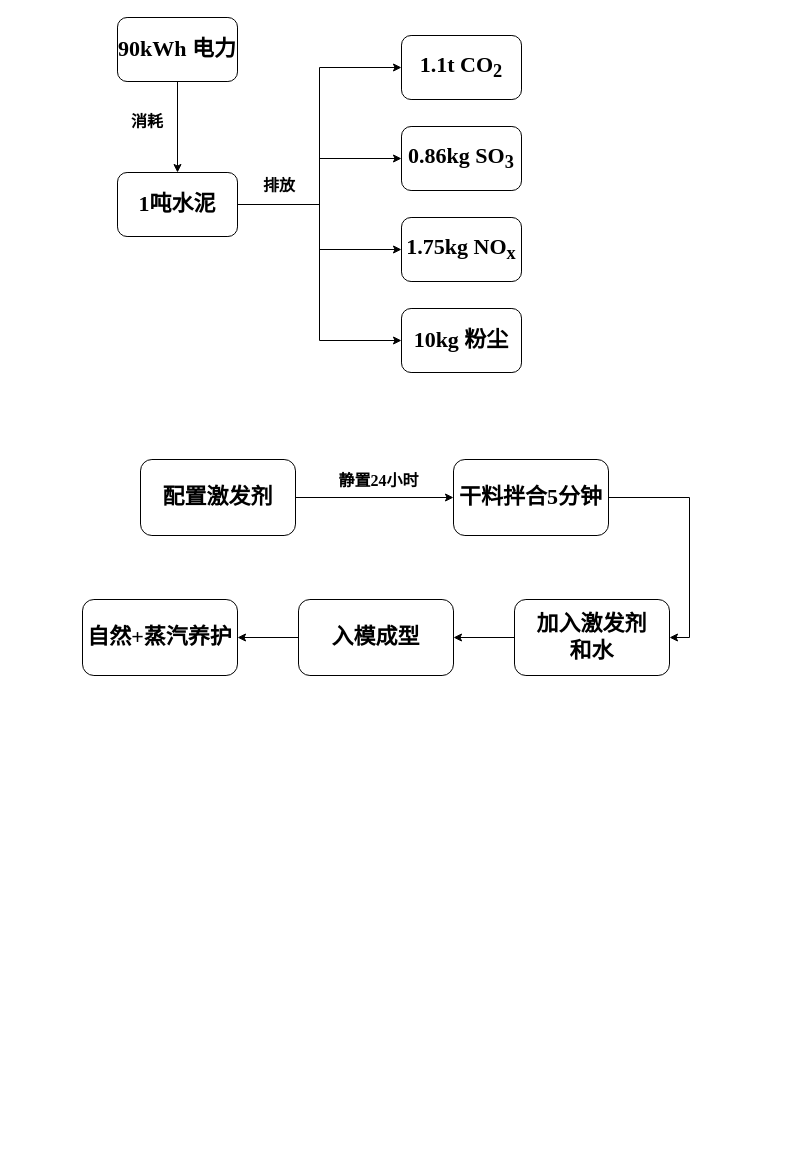
RK-JD/DrawIO keeps this draw.io diagram as 碳排放.drawio. Above is the earlier version. Source tidied: cells renumbered, new cells numbered last; positions are measured from the earlier drawing's top-left corner, leaving out a move shared by most shapes. Both pictures are drawn from the tidied source at 100%, with x=0, y=0 at pixel (82, 17).
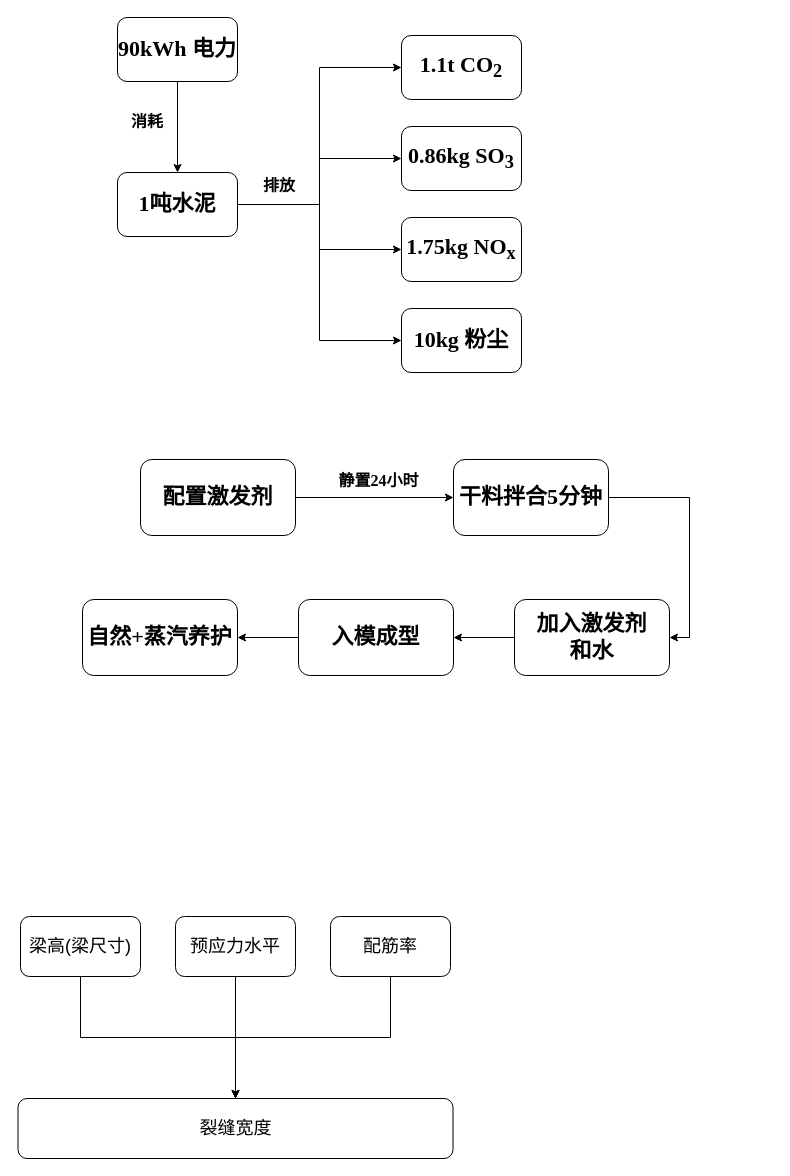
Above is the later version.

Commit message:
更新碳排放.drawio

The edit, as a diff of the source:
```diff
@@
+    <mxCell id="28" style="edgeStyle=orthogonalEdgeStyle;rounded=0;jettySize=auto;html=1;exitX=0.5;exitY=1;exitDx=0;exitDy=0;" parent="1" edge="1" source="29" target="34">
+      <mxGeometry relative="1" as="geometry" />
+    </mxCell>
+    <mxCell id="29" value="&lt;font style=&quot;font-size: 18px;&quot;&gt;梁高(梁尺寸)&lt;/font&gt;" style="rounded=1;whiteSpace=wrap;html=1;" parent="1" vertex="1">
+      <mxGeometry x="-62" y="899" width="120" height="60" as="geometry" />
+    </mxCell>
+    <mxCell id="30" style="edgeStyle=orthogonalEdgeStyle;rounded=0;jettySize=auto;html=1;exitX=0.5;exitY=1;exitDx=0;exitDy=0;entryX=0.5;entryY=0;entryDx=0;entryDy=0;" parent="1" edge="1" source="31" target="34">
+      <mxGeometry relative="1" as="geometry" />
+    </mxCell>
+    <mxCell id="31" value="&lt;span style=&quot;font-size: 18px;&quot;&gt;预应力水平&lt;/span&gt;" style="rounded=1;whiteSpace=wrap;html=1;" parent="1" vertex="1">
+      <mxGeometry x="93" y="899" width="120" height="60" as="geometry" />
+    </mxCell>
+    <mxCell id="32" style="edgeStyle=orthogonalEdgeStyle;rounded=0;jettySize=auto;html=1;exitX=0.5;exitY=1;exitDx=0;exitDy=0;" parent="1" edge="1" source="33" target="34">
+      <mxGeometry relative="1" as="geometry" />
+    </mxCell>
+    <mxCell id="33" value="&lt;font style=&quot;font-size: 18px;&quot;&gt;配筋率&lt;/font&gt;" style="rounded=1;whiteSpace=wrap;html=1;" parent="1" vertex="1">
+      <mxGeometry x="248" y="899" width="120" height="60" as="geometry" />
+    </mxCell>
+    <mxCell id="34" value="&lt;font style=&quot;font-size: 18px;&quot;&gt;裂缝宽度&lt;/font&gt;" style="rounded=1;whiteSpace=wrap;html=1;" parent="1" vertex="1">
+      <mxGeometry x="-64.5" y="1081" width="435" height="60" as="geometry" />
+    </mxCell>
```
